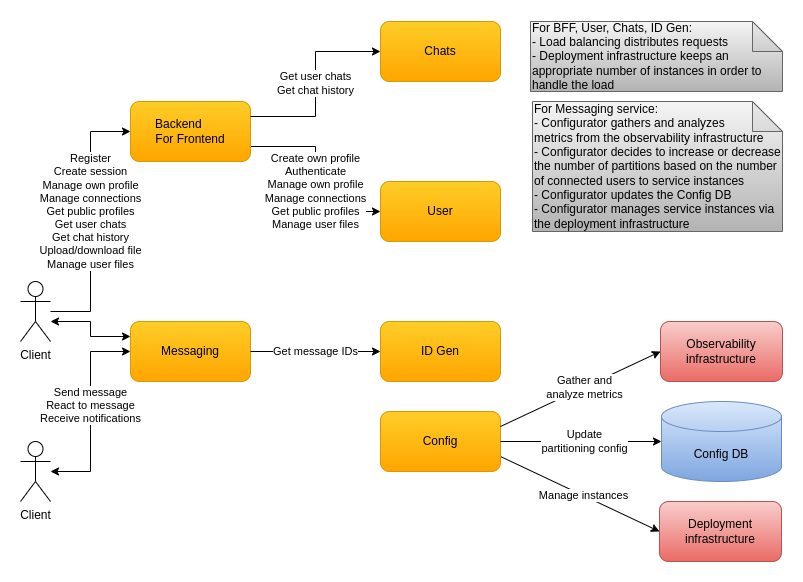
cvetomir-todorov/CecoChat keeps this draw.io diagram as docs/images/cecochat-deployment.png. Above is the earlier version. Source tidied: cells renumbered, new cells last; positions are measured from the earlier drawing's top-left corner, leaving out a move shared by most shapes.
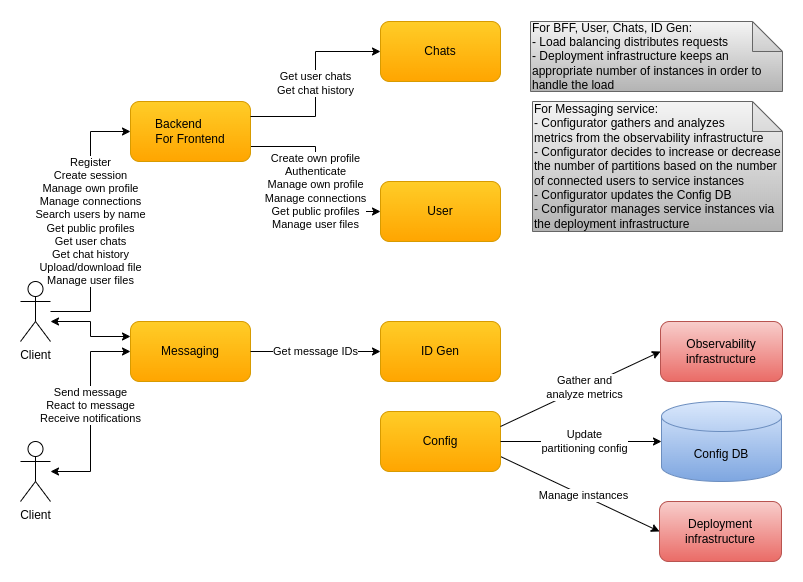
The same diagram one commit later.

Commit message:
Update diagram images with support for searching users by name

What changed in the source:
```diff
@@ -11,8 +11,8 @@
     <mxCell id="4" value="&lt;div&gt;&lt;span&gt;For Messaging&amp;nbsp;&lt;/span&gt;&lt;span&gt;service:&lt;/span&gt;&lt;/div&gt;&lt;div&gt;&lt;span&gt;- Configurator gathers and analyzes&lt;/span&gt;&lt;/div&gt;&lt;div&gt;&lt;span style=&quot;background-color: initial;&quot;&gt;metrics from the observability infrastructure&lt;/span&gt;&lt;/div&gt;&lt;div&gt;&lt;span style=&quot;background-color: initial;&quot;&gt;- Configurator decides to increase or decrease the number of partitions based on the number of connected users to service instances&lt;/span&gt;&lt;br&gt;&lt;/div&gt;&lt;div&gt;&lt;span style=&quot;background-color: initial;&quot;&gt;- Configurator updates the Config DB&lt;/span&gt;&lt;/div&gt;&lt;div&gt;&lt;span&gt;- Configurator manages service instances via the deployment infrastructure&lt;/span&gt;&lt;/div&gt;" style="shape=note;whiteSpace=wrap;html=1;backgroundOutline=1;darkOpacity=0.05;align=left;gradientColor=#b3b3b3;fillColor=#f5f5f5;strokeColor=#666666;" parent="1" vertex="1">
       <mxGeometry x="512" y="80" width="250" height="130" as="geometry" />
     </mxCell>
-    <mxCell id="5" value="Register&lt;br style=&quot;border-color: var(--border-color);&quot;&gt;Create session&lt;br style=&quot;border-color: var(--border-color);&quot;&gt;Manage own&amp;nbsp;profile&lt;br style=&quot;border-color: var(--border-color);&quot;&gt;Manage connections&lt;br style=&quot;border-color: var(--border-color);&quot;&gt;Get public profiles&lt;br style=&quot;border-color: var(--border-color);&quot;&gt;Get user chats&lt;br style=&quot;border-color: var(--border-color);&quot;&gt;Get chat history&lt;br style=&quot;border-color: var(--border-color);&quot;&gt;Upload/download file&lt;br style=&quot;border-color: var(--border-color);&quot;&gt;Manage user files" style="edgeStyle=orthogonalEdgeStyle;rounded=0;jettySize=auto;html=1;entryX=0;entryY=0.5;entryDx=0;entryDy=0;" parent="1" edge="1" source="7" target="15">
-      <mxGeometry x="0.08" relative="1" as="geometry" />
+    <mxCell id="5" value="Register&lt;br style=&quot;border-color: var(--border-color);&quot;&gt;Create session&lt;br style=&quot;border-color: var(--border-color);&quot;&gt;Manage own&amp;nbsp;profile&lt;br style=&quot;border-color: var(--border-color);&quot;&gt;Manage connections&lt;br&gt;Search users by name&lt;br style=&quot;border-color: var(--border-color);&quot;&gt;Get public profiles&lt;br style=&quot;border-color: var(--border-color);&quot;&gt;Get user chats&lt;br style=&quot;border-color: var(--border-color);&quot;&gt;Get chat history&lt;br style=&quot;border-color: var(--border-color);&quot;&gt;Upload/download file&lt;br style=&quot;border-color: var(--border-color);&quot;&gt;Manage user files" style="edgeStyle=orthogonalEdgeStyle;rounded=0;jettySize=auto;html=1;entryX=0;entryY=0.5;entryDx=0;entryDy=0;" parent="1" edge="1" source="7" target="15">
+      <mxGeometry relative="1" as="geometry" />
     </mxCell>
     <mxCell id="6" style="edgeStyle=orthogonalEdgeStyle;rounded=0;jettySize=auto;html=1;entryX=0;entryY=0.25;entryDx=0;entryDy=0;startArrow=classic;startFill=1;" parent="1" edge="1" target="10">
       <mxGeometry relative="1" as="geometry">
```
